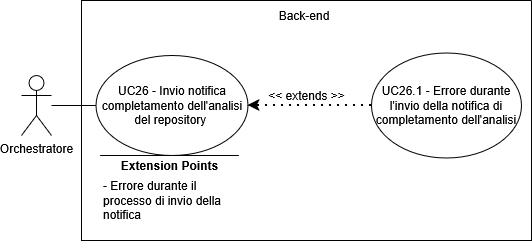
This is assets/diagrams/UC26.png from SkarabGroup/DocumentazioneProgetto, a draw.io export, as it was before one commit. Source tidied: cells renumbered, new cells last; positions are measured from the earlier drawing's top-left corner, leaving out a move shared by most shapes.
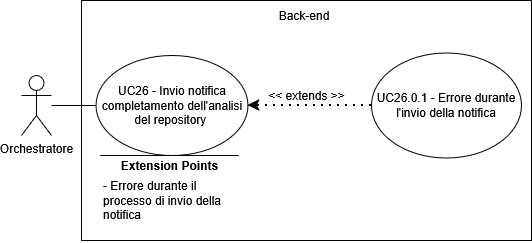
After the change.

Diff of the diagram source:
```diff
@@ -11,7 +11,7 @@
     <mxCell id="4" value="UC26 - Invio notifica completamento dell'analisi del repository&amp;nbsp;" style="ellipse;whiteSpace=wrap;html=1;" parent="3" vertex="1">
       <mxGeometry x="14.5" y="55" width="152" height="100" as="geometry" />
     </mxCell>
-    <mxCell id="5" value="UC26.1 - Errore durante l'invio della notifica di completamento dell'analisi" style="ellipse;whiteSpace=wrap;html=1;" parent="3" vertex="1">
+    <mxCell id="5" value="UC26.0.1 - Errore durante l'invio della notifica" style="ellipse;whiteSpace=wrap;html=1;" parent="3" vertex="1">
       <mxGeometry x="290" y="52.5" width="150" height="105" as="geometry" />
     </mxCell>
     <mxCell id="6" style="endArrow=classic;dashed=1;html=1;dashPattern=1 3;strokeWidth=2;rounded=0;entryX=1;entryY=0.5;entryDx=0;entryDy=0;exitX=0;exitY=0.5;exitDx=0;exitDy=0;strokeColor=default;curved=0;endFill=1;endSize=6;" parent="3" edge="1" source="5" target="4">
```
